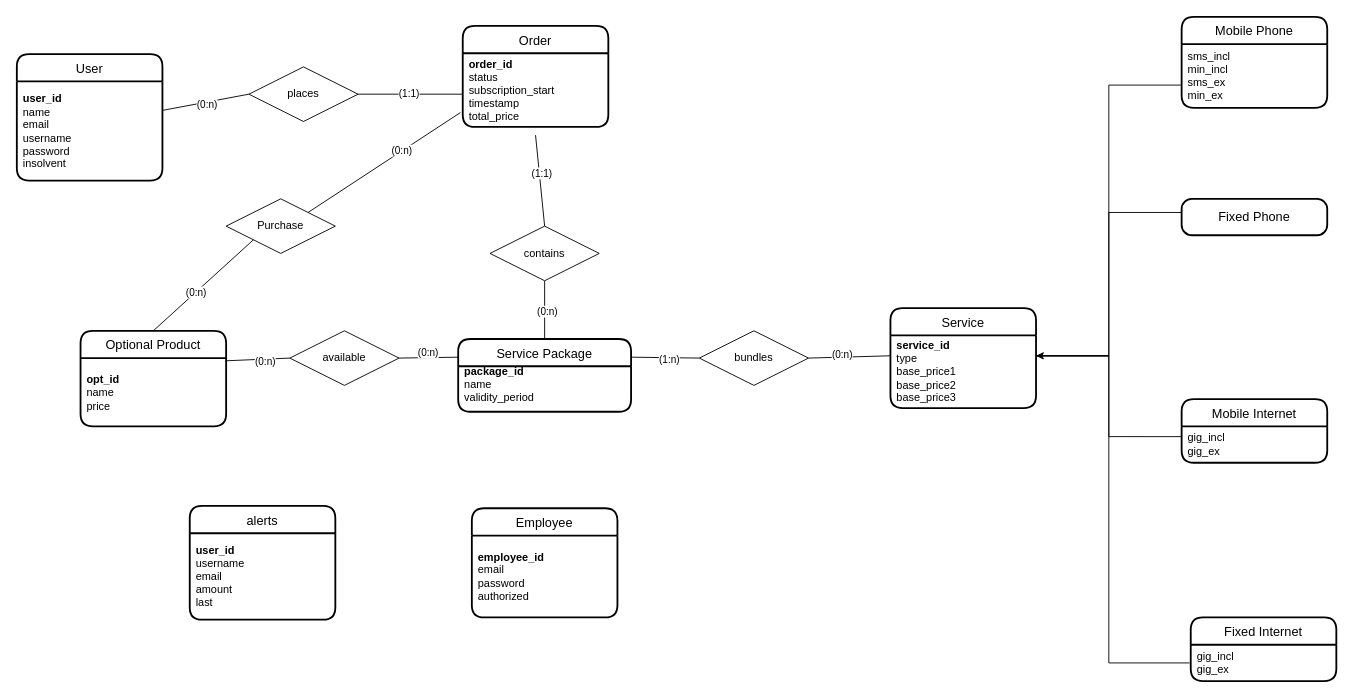
Earlier version of the draw.io diagram working_docs/entity_relationship_diagram_v4.drawio (gabrielemarra/TelcoService-WebApp-JavaEE). Source tidied: cells renumbered, new cells numbered last; positions are measured from the earlier drawing's top-left corner, leaving out a move shared by most shapes. Both pictures are drawn from the tidied source at 91%, with x=0, y=0 at pixel (16, 16).
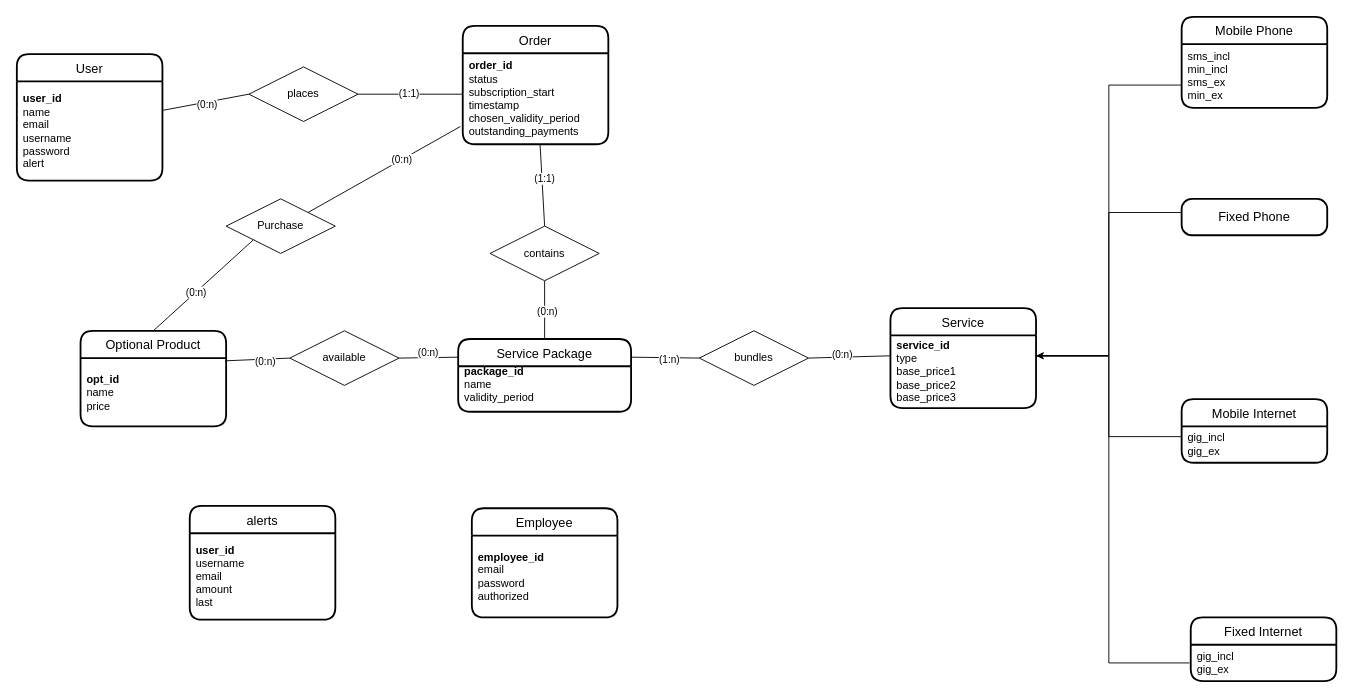
The same page after the edit.

Unchanged cells that the change refers to:
```xml
<mxCell id="9" value="contains" style="shape=rhombus;perimeter=rhombusPerimeter;whiteSpace=wrap;html=1;align=center;" parent="1" vertex="1">
  <mxGeometry x="520" y="230" width="120" height="60" as="geometry" />
</mxCell>
<mxCell id="43" value="User" style="swimlane;horizontal=1;startSize=30;rounded=1;fontSize=14;fontStyle=0;strokeWidth=2;shadow=0;dashed=0;align=center;" parent="1" vertex="1">
  <mxGeometry y="41" width="160" height="139" as="geometry" />
</mxCell>
```

Diff of the diagram source:
```diff
@@
     <mxCell id="10" value="Order" style="swimlane;horizontal=1;startSize=30;rounded=1;fontSize=14;fontStyle=0;strokeWidth=2;shadow=0;dashed=0;align=center;" parent="1" vertex="1">
-      <mxGeometry x="490" y="10" width="160" height="111" as="geometry" />
+      <mxGeometry x="490" y="10" width="160" height="130" as="geometry" />
     </mxCell>
-    <mxCell id="11" value="&lt;div&gt;&lt;b&gt;order_id&lt;/b&gt;&lt;/div&gt;&lt;div&gt;status&lt;/div&gt;&lt;div&gt;subscription_start&lt;/div&gt;&lt;div&gt;timestamp&lt;/div&gt;&lt;div&gt;total_price&lt;br&gt;&lt;/div&gt;" style="text;html=1;align=left;verticalAlign=middle;points=[];strokeColor=none;fillColor=none;spacingLeft=5;" parent="10" vertex="1">
-      <mxGeometry y="30" width="160" height="81" as="geometry" />
+    <mxCell id="11" value="&lt;div&gt;&lt;b&gt;order_id&lt;/b&gt;&lt;/div&gt;&lt;div&gt;status&lt;/div&gt;&lt;div&gt;subscription_start&lt;/div&gt;&lt;div&gt;timestamp&lt;/div&gt;&lt;div&gt;chosen_validity_period&lt;/div&gt;&lt;div&gt;outstanding_payments&lt;br&gt;&lt;/div&gt;" style="text;html=1;align=left;verticalAlign=middle;points=[];strokeColor=none;fillColor=none;spacingLeft=5;" parent="10" vertex="1">
+      <mxGeometry y="30" width="160" height="100" as="geometry" />
     </mxCell>
@@
-    <mxCell id="27" style="edgeStyle=none;rounded=0;jettySize=auto;html=1;exitX=0.5;exitY=1;exitDx=0;exitDy=0;entryX=0.5;entryY=0;entryDx=0;entryDy=0;endArrow=none;endFill=0;strokeColor=default;" parent="1" edge="1" target="9">
-      <mxGeometry relative="1" as="geometry">
-        <mxPoint x="570" y="130" as="sourcePoint" />
-      </mxGeometry>
+    <mxCell id="27" style="edgeStyle=none;rounded=0;jettySize=auto;html=1;exitX=0.531;exitY=1;exitDx=0;exitDy=0;entryX=0.5;entryY=0;entryDx=0;entryDy=0;endArrow=none;endFill=0;strokeColor=default;exitPerimeter=0;" parent="1" edge="1" source="11" target="9">
+      <mxGeometry relative="1" as="geometry" />
     </mxCell>
@@
-    <mxCell id="44" value="&lt;div&gt;&lt;b&gt;user_id&lt;/b&gt;&lt;/div&gt;&lt;div&gt;name&lt;/div&gt;&lt;div&gt;email&lt;/div&gt;&lt;div&gt;username&lt;/div&gt;&lt;div&gt;password&lt;/div&gt;&lt;div&gt;insolvent&lt;br&gt;&lt;/div&gt;" style="text;html=1;align=left;verticalAlign=middle;points=[];strokeColor=none;fillColor=none;spacingLeft=5;" parent="43" vertex="1">
+    <mxCell id="44" value="&lt;div&gt;&lt;b&gt;user_id&lt;/b&gt;&lt;/div&gt;&lt;div&gt;name&lt;/div&gt;&lt;div&gt;email&lt;/div&gt;&lt;div&gt;username&lt;/div&gt;&lt;div&gt;password&lt;/div&gt;&lt;div&gt;alert&lt;br&gt;&lt;/div&gt;" style="text;html=1;align=left;verticalAlign=middle;points=[];strokeColor=none;fillColor=none;spacingLeft=5;" parent="43" vertex="1">
       <mxGeometry y="30" width="160" height="109" as="geometry" />
     </mxCell>
```
